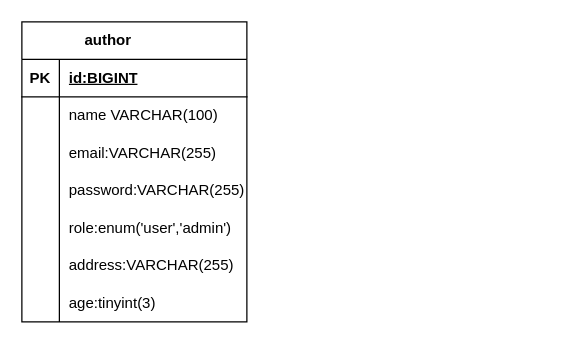
Above: basic/erd_board2.drawio in Kimjongwon1/mariaDB_syntax (draw.io), before the change. Source tidied: cells renumbered, new cells numbered last; positions are measured from the earlier drawing's top-left corner, leaving out a move shared by most shapes. Both pictures are drawn from the tidied source at 125%, with x=0, y=0 at pixel (21, 21).
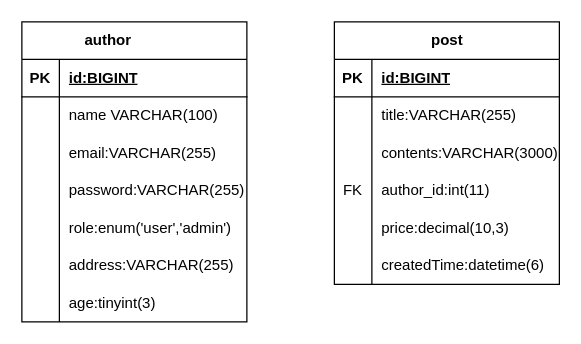
The same diagram, later.

Diff of the diagram source:
```diff
@@
+    <mxCell id="24" value="post" style="shape=table;startSize=30;childLayout=tableLayout;rowLines=0;fontStyle=1;align=center;html=1;" parent="1" vertex="1">
+      <mxGeometry x="250" width="180" height="210" as="geometry" />
+    </mxCell>
+    <mxCell id="25" style="shape=tableRow;horizontal=0;startSize=0;swimlaneHead=0;swimlaneBody=0;fillColor=none;top=0;left=0;right=0;bottom=1;" parent="24" vertex="1">
+      <mxGeometry y="30" width="180" height="30" as="geometry" />
+    </mxCell>
+    <mxCell id="26" value="PK" style="shape=partialRectangle;fillColor=none;top=0;left=0;bottom=0;right=0;fontStyle=1;overflow=hidden;whiteSpace=wrap;html=1;" parent="25" vertex="1">
+      <mxGeometry width="30" height="30" as="geometry" />
+    </mxCell>
+    <mxCell id="27" value="id:BIGINT" style="shape=partialRectangle;fillColor=none;top=0;left=0;bottom=0;right=0;align=left;spacingLeft=6;fontStyle=5;overflow=hidden;whiteSpace=wrap;html=1;" parent="25" vertex="1">
+      <mxGeometry x="30" width="150" height="30" as="geometry" />
+    </mxCell>
+    <mxCell id="28" style="shape=tableRow;horizontal=0;startSize=0;swimlaneHead=0;swimlaneBody=0;fillColor=none;top=0;left=0;right=0;bottom=0;" parent="24" vertex="1">
+      <mxGeometry y="60" width="180" height="30" as="geometry" />
+    </mxCell>
+    <mxCell id="29" style="shape=partialRectangle;fillColor=none;top=0;left=0;bottom=0;right=0;overflow=hidden;whiteSpace=wrap;html=1;" parent="28" vertex="1">
+      <mxGeometry width="30" height="30" as="geometry" />
+    </mxCell>
+    <mxCell id="30" value="title:VARCHAR(255)" style="shape=partialRectangle;fillColor=none;top=0;left=0;bottom=0;right=0;align=left;spacingLeft=6;overflow=hidden;whiteSpace=wrap;html=1;" parent="28" vertex="1">
+      <mxGeometry x="30" width="150" height="30" as="geometry" />
+    </mxCell>
+    <mxCell id="31" style="shape=tableRow;horizontal=0;startSize=0;swimlaneHead=0;swimlaneBody=0;fillColor=none;top=0;left=0;right=0;bottom=0;" parent="24" vertex="1">
+      <mxGeometry y="90" width="180" height="30" as="geometry" />
+    </mxCell>
+    <mxCell id="32" style="shape=partialRectangle;fillColor=none;top=0;left=0;bottom=0;right=0;overflow=hidden;whiteSpace=wrap;html=1;" parent="31" vertex="1">
+      <mxGeometry width="30" height="30" as="geometry" />
+    </mxCell>
+    <mxCell id="33" value="contents:VARCHAR(3000)" style="shape=partialRectangle;fillColor=none;top=0;left=0;bottom=0;right=0;align=left;spacingLeft=6;overflow=hidden;whiteSpace=wrap;html=1;" parent="31" vertex="1">
+      <mxGeometry x="30" width="150" height="30" as="geometry" />
+    </mxCell>
+    <mxCell id="34" style="shape=tableRow;horizontal=0;startSize=0;swimlaneHead=0;swimlaneBody=0;fillColor=none;top=0;left=0;right=0;bottom=0;" parent="24" vertex="1">
+      <mxGeometry y="120" width="180" height="30" as="geometry" />
+    </mxCell>
+    <mxCell id="35" value="FK" style="shape=partialRectangle;fillColor=none;top=0;left=0;bottom=0;right=0;overflow=hidden;whiteSpace=wrap;html=1;" parent="34" vertex="1">
+      <mxGeometry width="30" height="30" as="geometry" />
+    </mxCell>
+    <mxCell id="36" value="author_id:int(11)" style="shape=partialRectangle;fillColor=none;top=0;left=0;bottom=0;right=0;align=left;spacingLeft=6;overflow=hidden;whiteSpace=wrap;html=1;" parent="34" vertex="1">
+      <mxGeometry x="30" width="150" height="30" as="geometry" />
+    </mxCell>
+    <mxCell id="37" style="shape=tableRow;horizontal=0;startSize=0;swimlaneHead=0;swimlaneBody=0;fillColor=none;top=0;left=0;right=0;bottom=0;" parent="24" vertex="1">
+      <mxGeometry y="150" width="180" height="30" as="geometry" />
+    </mxCell>
+    <mxCell id="38" style="shape=partialRectangle;fillColor=none;top=0;left=0;bottom=0;right=0;overflow=hidden;whiteSpace=wrap;html=1;" parent="37" vertex="1">
+      <mxGeometry width="30" height="30" as="geometry" />
+    </mxCell>
+    <mxCell id="39" value="price:decimal(10,3)" style="shape=partialRectangle;fillColor=none;top=0;left=0;bottom=0;right=0;align=left;spacingLeft=6;overflow=hidden;whiteSpace=wrap;html=1;" parent="37" vertex="1">
+      <mxGeometry x="30" width="150" height="30" as="geometry" />
+    </mxCell>
+    <mxCell id="40" style="shape=tableRow;horizontal=0;startSize=0;swimlaneHead=0;swimlaneBody=0;fillColor=none;top=0;left=0;right=0;bottom=0;" parent="24" vertex="1">
+      <mxGeometry y="180" width="180" height="30" as="geometry" />
+    </mxCell>
+    <mxCell id="41" style="shape=partialRectangle;fillColor=none;top=0;left=0;bottom=0;right=0;overflow=hidden;whiteSpace=wrap;html=1;" parent="40" vertex="1">
+      <mxGeometry width="30" height="30" as="geometry" />
+    </mxCell>
+    <mxCell id="42" value="createdTime:datetime(6)" style="shape=partialRectangle;fillColor=none;top=0;left=0;bottom=0;right=0;align=left;spacingLeft=6;overflow=hidden;whiteSpace=wrap;html=1;" parent="40" vertex="1">
+      <mxGeometry x="30" width="150" height="30" as="geometry" />
+    </mxCell>
```
